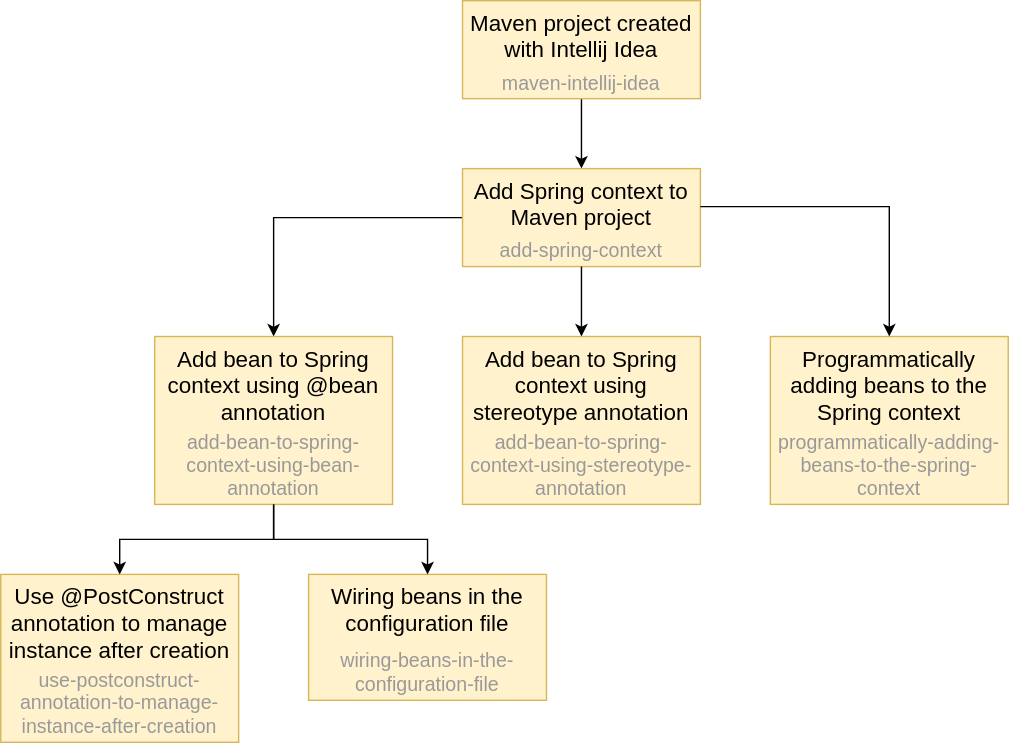
This is profile/repositories-graph.svg from Romach-Education/.github, a draw.io export, as it was before one commit. Source tidied: cells renumbered, new cells last; positions are measured from the earlier drawing's top-left corner, leaving out a move shared by most shapes.
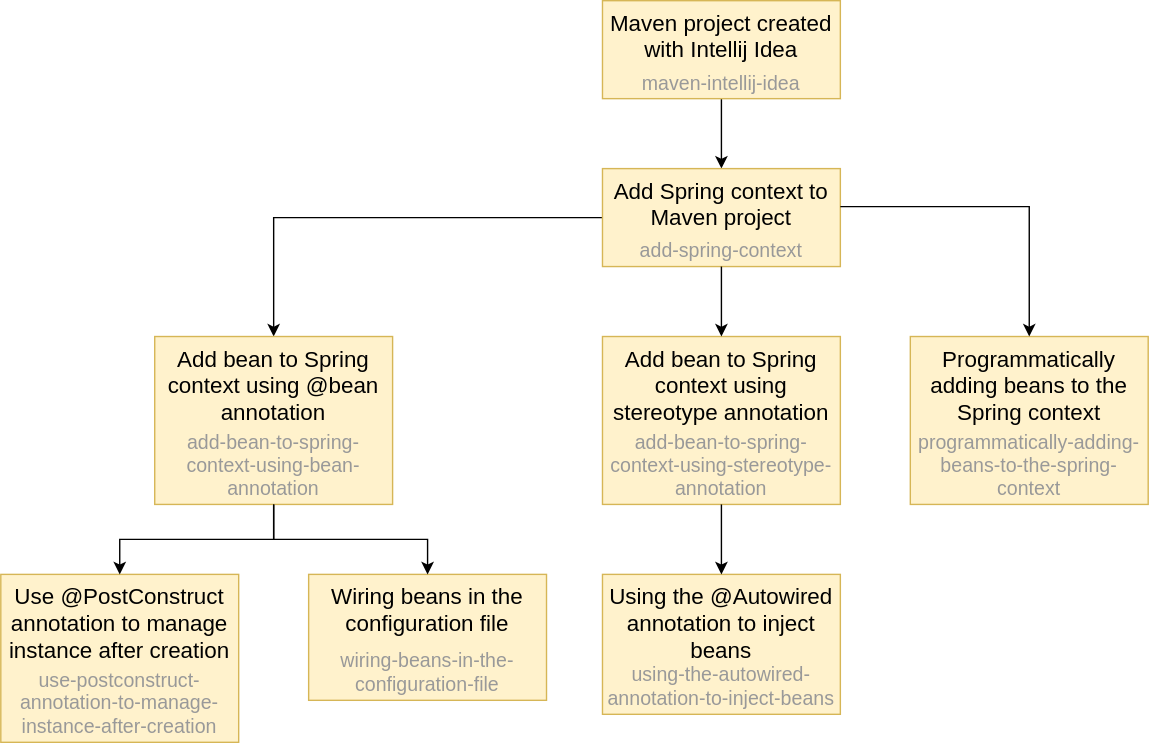
The same diagram one commit later.

Commit message:
Update repositories graph

Change to the diagram source:
```diff
@@ -27,7 +27,7 @@
       <mxGeometry width="170" height="54.4" as="geometry" />
     </mxCell>
     <mxCell id="10" style="rounded=0;whiteSpace=wrap;html=1;fillColor=#fff2cc;strokeColor=#d6b656;" parent="1" vertex="1">
-      <mxGeometry x="110" y="240" width="170" height="120" as="geometry" />
+      <mxGeometry x="10" y="240" width="170" height="120" as="geometry" />
     </mxCell>
     <mxCell id="11" value="&lt;font color=&quot;#999999&quot; style=&quot;font-size: 14px;&quot;&gt;add-bean-to-spring-context-using-bean-annotation&lt;/font&gt;" style="rounded=0;whiteSpace=wrap;html=1;strokeColor=none;fillColor=none;verticalAlign=bottom;" parent="10" vertex="1">
       <mxGeometry y="71.1" width="170" height="48.9" as="geometry" />
@@ -48,7 +48,7 @@
       <mxGeometry relative="1" as="geometry" />
     </mxCell>
     <mxCell id="17" style="rounded=0;whiteSpace=wrap;html=1;fillColor=#fff2cc;strokeColor=#d6b656;" parent="1" vertex="1">
-      <mxGeometry y="410" width="170" height="120" as="geometry" />
+      <mxGeometry x="-100" y="410" width="170" height="120" as="geometry" />
     </mxCell>
     <mxCell id="18" value="&lt;font color=&quot;#999999&quot; style=&quot;font-size: 14px;&quot;&gt;use-postconstruct-annotation-to-manage-instance-after-creation&lt;/font&gt;" style="rounded=0;whiteSpace=wrap;html=1;strokeColor=none;fillColor=none;verticalAlign=bottom;" parent="17" vertex="1">
       <mxGeometry y="71.1" width="170" height="48.9" as="geometry" />
@@ -72,7 +72,7 @@
       <mxGeometry relative="1" as="geometry" />
     </mxCell>
     <mxCell id="25" style="rounded=0;whiteSpace=wrap;html=1;fillColor=#fff2cc;strokeColor=#d6b656;" parent="1" vertex="1">
-      <mxGeometry x="220" y="410" width="170" height="90" as="geometry" />
+      <mxGeometry x="120" y="410" width="170" height="90" as="geometry" />
     </mxCell>
     <mxCell id="26" value="&lt;font color=&quot;#999999&quot; style=&quot;font-size: 14px;&quot;&gt;wiring-beans-in-the-configuration-file&lt;/font&gt;" style="rounded=0;whiteSpace=wrap;html=1;strokeColor=none;fillColor=none;verticalAlign=bottom;" parent="25" vertex="1">
       <mxGeometry y="53.3" width="170" height="36.7" as="geometry" />
@@ -83,5 +83,17 @@
     <mxCell id="28" style="edgeStyle=orthogonalEdgeStyle;rounded=0;jettySize=auto;html=1;" parent="1" edge="1" source="11" target="27">
       <mxGeometry relative="1" as="geometry" />
     </mxCell>
+    <mxCell id="29" style="rounded=0;whiteSpace=wrap;html=1;fillColor=#fff2cc;strokeColor=#d6b656;" parent="1" vertex="1">
+      <mxGeometry x="330" y="410" width="170" height="100" as="geometry" />
+    </mxCell>
+    <mxCell id="30" value="&lt;font color=&quot;#999999&quot; style=&quot;font-size: 14px;&quot;&gt;using-the-autowired-annotation-to-inject-beans&lt;/font&gt;" style="rounded=0;whiteSpace=wrap;html=1;strokeColor=none;fillColor=none;verticalAlign=bottom;" parent="29" vertex="1">
+      <mxGeometry y="59.3" width="170" height="40.7" as="geometry" />
+    </mxCell>
+    <mxCell id="31" value="&lt;font style=&quot;font-size: 16px;&quot;&gt;Using the @Autowired annotation to inject beans&lt;/font&gt;" style="rounded=0;whiteSpace=wrap;html=1;strokeColor=none;fillColor=none;verticalAlign=top;" parent="29" vertex="1">
+      <mxGeometry width="170" height="59.3" as="geometry" />
+    </mxCell>
+    <mxCell id="32" style="edgeStyle=orthogonalEdgeStyle;rounded=0;jettySize=auto;html=1;exitX=0.5;exitY=1;exitDx=0;exitDy=0;entryX=0.5;entryY=0;entryDx=0;entryDy=0;" parent="1" edge="1" source="14" target="29">
+      <mxGeometry relative="1" as="geometry" />
+    </mxCell>
   </root>
 </mxGraphModel>
```
